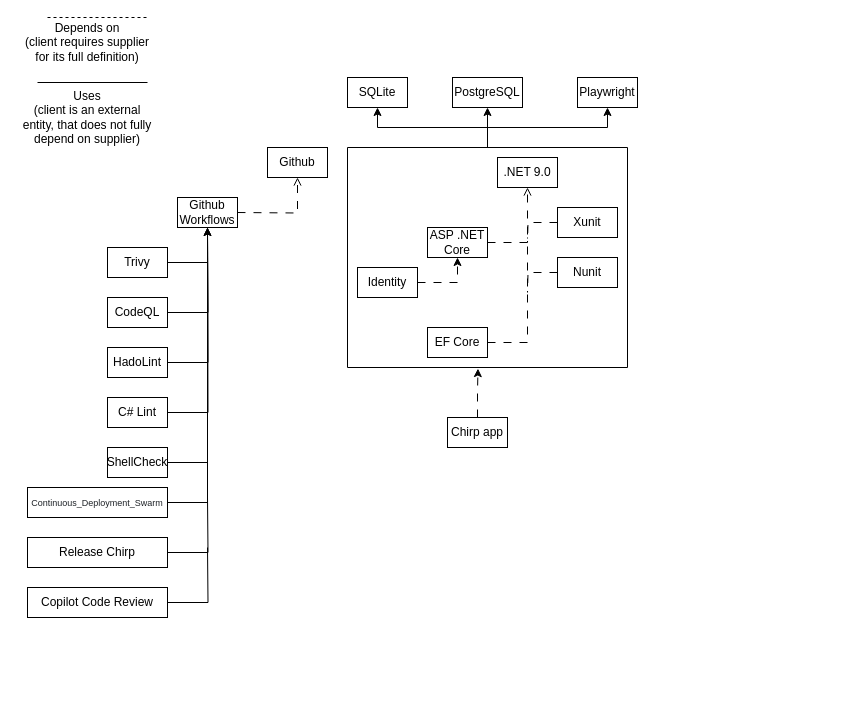
This is diagrams/dependency_diagram/MiniTwit_dependency_diagram.drawio from Joakim-David/GruppeOG, a draw.io file, before an edit. Source tidied: cells renumbered, new cells numbered last; positions are measured from the earlier drawing's top-left corner, leaving out a move shared by most shapes. Both pictures are drawn from the tidied source at 100%, with x=0, y=0 at pixel (17, 17).
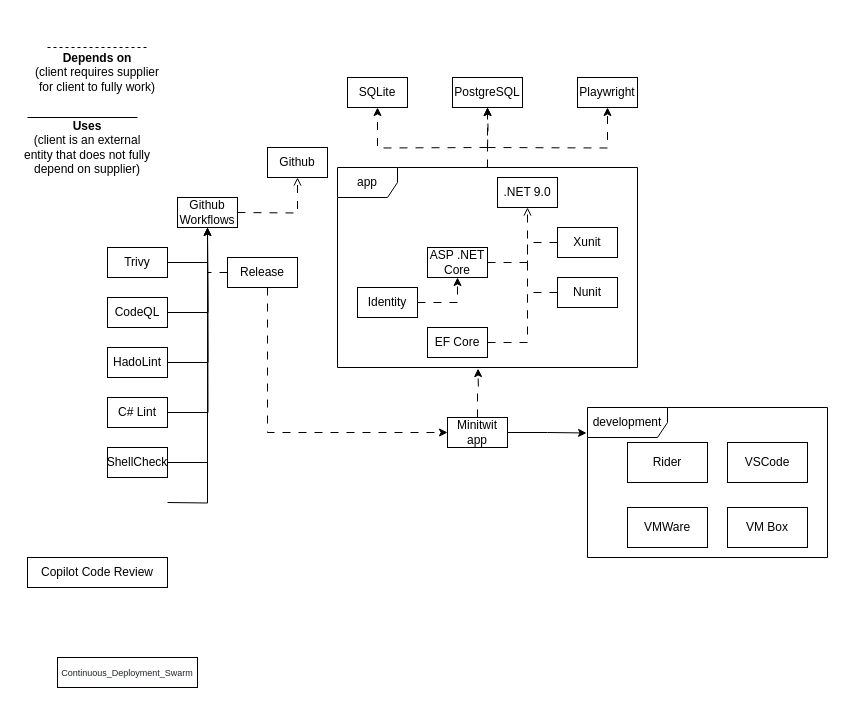
Above is the later version.

Commit message:
Add development section

Unchanged cells that the change refers to:
```xml
<mxCell id="4" value="Github Workflows" style="rounded=0;whiteSpace=wrap;html=1;" parent="1" vertex="1">
  <mxGeometry x="160" y="180" width="60" height="30" as="geometry" />
</mxCell>
<mxCell id="39" value="SQLite" style="rounded=0;whiteSpace=wrap;html=1;" parent="1" vertex="1">
  <mxGeometry x="330" y="60" width="60" height="30" as="geometry" />
</mxCell>
<mxCell id="40" value="Playwright" style="rounded=0;whiteSpace=wrap;html=1;" parent="1" vertex="1">
  <mxGeometry x="560" y="60" width="60" height="30" as="geometry" />
</mxCell>
<mxCell id="41" value="PostgreSQL" style="rounded=0;whiteSpace=wrap;html=1;" parent="1" vertex="1">
  <mxGeometry x="435" y="60" width="70" height="30" as="geometry" />
</mxCell>
```

Change to the diagram source:
```diff
@@
-    <mxCell id="15" style="edgeStyle=orthogonalEdgeStyle;rounded=0;jettySize=auto;html=1;endArrow=none;endFill=0;entryX=0.5;entryY=1;entryDx=0;entryDy=0;" parent="1" edge="1" source="16" target="4">
-      <mxGeometry relative="1" as="geometry" />
+    <mxCell id="15" style="edgeStyle=orthogonalEdgeStyle;rounded=0;jettySize=auto;html=1;endArrow=none;endFill=0;entryX=0.5;entryY=1;entryDx=0;entryDy=0;" parent="1" edge="1" target="4">
+      <mxGeometry relative="1" as="geometry">
+        <mxPoint x="150" y="485" as="sourcePoint" />
+      </mxGeometry>
     </mxCell>
-    <mxCell id="16" value="&lt;span style=&quot;color: rgb(31, 35, 40); text-align: start; background-color: rgb(255, 255, 255);&quot;&gt;&lt;font style=&quot;font-size: 9px;&quot; face=&quot;Helvetica&quot;&gt;Continuous_Deployment_Swarm&lt;/font&gt;&lt;/span&gt;" style="rounded=0;whiteSpace=wrap;html=1;" parent="1" vertex="1">
-      <mxGeometry x="10" y="470" width="140" height="30" as="geometry" />
-    </mxCell>
-    <mxCell id="17" style="edgeStyle=orthogonalEdgeStyle;rounded=0;jettySize=auto;html=1;endArrow=none;endFill=0;" parent="1" edge="1" source="18">
+    <mxCell id="17" style="edgeStyle=orthogonalEdgeStyle;rounded=0;jettySize=auto;html=1;endArrow=none;endFill=0;dashed=1;dashPattern=8 8;" parent="1" edge="1" source="18">
       <mxGeometry relative="1" as="geometry">
         <mxPoint x="190" y="480" as="targetPoint" />
       </mxGeometry>
     </mxCell>
+    <mxCell id="46" style="edgeStyle=orthogonalEdgeStyle;rounded=0;jettySize=auto;html=1;dashed=1;dashPattern=8 8;entryX=0;entryY=0.5;entryDx=0;entryDy=0;" parent="1" edge="1" source="18" target="42">
+      <mxGeometry relative="1" as="geometry">
+        <Array as="points">
+          <mxPoint x="250" y="415" />
+        </Array>
+      </mxGeometry>
+    </mxCell>
-    <mxCell id="18" value="&lt;font&gt;Release Chirp&lt;/font&gt;" style="rounded=0;whiteSpace=wrap;html=1;" parent="1" vertex="1">
-      <mxGeometry x="10" y="520" width="140" height="30" as="geometry" />
+    <mxCell id="18" value="&lt;font&gt;Release&lt;/font&gt;" style="rounded=0;whiteSpace=wrap;html=1;" parent="1" vertex="1">
+      <mxGeometry x="210" y="240" width="70" height="30" as="geometry" />
     </mxCell>
-    <mxCell id="19" style="edgeStyle=orthogonalEdgeStyle;rounded=0;jettySize=auto;html=1;entryX=0.5;entryY=1;entryDx=0;entryDy=0;" parent="1" edge="1" source="22" target="39">
-      <mxGeometry relative="1" as="geometry" />
+    <mxCell id="19" style="edgeStyle=orthogonalEdgeStyle;rounded=0;jettySize=auto;html=1;entryX=0.5;entryY=1;entryDx=0;entryDy=0;dashed=1;dashPattern=8 8;" parent="1" edge="1" target="39">
+      <mxGeometry relative="1" as="geometry">
+        <mxPoint x="470" y="130" as="sourcePoint" />
+      </mxGeometry>
     </mxCell>
-    <mxCell id="20" style="edgeStyle=orthogonalEdgeStyle;rounded=0;jettySize=auto;html=1;entryX=0.5;entryY=1;entryDx=0;entryDy=0;" parent="1" edge="1" source="22" target="41">
-      <mxGeometry relative="1" as="geometry" />
+    <mxCell id="20" style="edgeStyle=orthogonalEdgeStyle;rounded=0;jettySize=auto;html=1;entryX=0.5;entryY=1;entryDx=0;entryDy=0;dashed=1;dashPattern=8 8;" parent="1" edge="1" target="41">
+      <mxGeometry relative="1" as="geometry">
+        <mxPoint x="470" y="130" as="sourcePoint" />
+      </mxGeometry>
     </mxCell>
-    <mxCell id="21" style="edgeStyle=orthogonalEdgeStyle;rounded=0;jettySize=auto;html=1;exitX=0.5;exitY=0;exitDx=0;exitDy=0;" parent="1" edge="1" source="22" target="40">
-      <mxGeometry relative="1" as="geometry" />
+    <mxCell id="21" style="edgeStyle=orthogonalEdgeStyle;rounded=0;jettySize=auto;html=1;exitX=0.5;exitY=0;exitDx=0;exitDy=0;dashed=1;dashPattern=8 8;" parent="1" edge="1" target="40">
+      <mxGeometry relative="1" as="geometry">
+        <mxPoint x="470" y="130" as="sourcePoint" />
+      </mxGeometry>
     </mxCell>
-    <mxCell id="22" style="swimlane;startSize=0;" parent="1" vertex="1">
-      <mxGeometry x="330" y="130" width="280" height="220" as="geometry" />
-    </mxCell>
-    <mxCell id="23" style="edgeStyle=orthogonalEdgeStyle;rounded=0;jettySize=auto;html=1;entryX=0.5;entryY=1;entryDx=0;entryDy=0;dashed=1;dashPattern=8 8;" parent="22" edge="1" source="24" target="27">
-      <mxGeometry relative="1" as="geometry" />
-    </mxCell>
-    <mxCell id="24" value="Identity" style="rounded=0;whiteSpace=wrap;html=1;" parent="22" vertex="1">
-      <mxGeometry x="10" y="120" width="60" height="30" as="geometry" />
-    </mxCell>
-    <mxCell id="25" value=".NET 9.0" style="rounded=0;whiteSpace=wrap;html=1;" parent="22" vertex="1">
-      <mxGeometry x="150" y="10" width="60" height="30" as="geometry" />
-    </mxCell>
-    <mxCell id="26" style="edgeStyle=orthogonalEdgeStyle;rounded=0;jettySize=auto;html=1;dashed=1;dashPattern=8 8;endArrow=open;endFill=0;" parent="22" edge="1" source="27" target="25">
-      <mxGeometry relative="1" as="geometry" />
-    </mxCell>
-    <mxCell id="27" value="ASP .NET Core" style="rounded=0;whiteSpace=wrap;html=1;" parent="22" vertex="1">
-      <mxGeometry x="80" y="80" width="60" height="30" as="geometry" />
-    </mxCell>
-    <mxCell id="28" style="edgeStyle=orthogonalEdgeStyle;rounded=0;jettySize=auto;html=1;endArrow=none;endFill=0;dashed=1;dashPattern=8 8;" parent="22" edge="1" source="29">
-      <mxGeometry relative="1" as="geometry">
-        <mxPoint x="180" y="90" as="targetPoint" />
-        <Array as="points">
-          <mxPoint x="180" y="195" />
-          <mxPoint x="180" y="130" />
-        </Array>
-      </mxGeometry>
-    </mxCell>
-    <mxCell id="29" value="EF Core" style="rounded=0;whiteSpace=wrap;html=1;" parent="22" vertex="1">
-      <mxGeometry x="80" y="180" width="60" height="30" as="geometry" />
-    </mxCell>
-    <mxCell id="30" style="edgeStyle=orthogonalEdgeStyle;rounded=0;jettySize=auto;html=1;endArrow=none;endFill=0;dashed=1;dashPattern=8 8;" parent="22" edge="1" source="31">
-      <mxGeometry relative="1" as="geometry">
-        <mxPoint x="180" y="95" as="targetPoint" />
-      </mxGeometry>
-    </mxCell>
-    <mxCell id="31" value="Xunit" style="rounded=0;whiteSpace=wrap;html=1;" parent="22" vertex="1">
-      <mxGeometry x="210" y="60" width="60" height="30" as="geometry" />
-    </mxCell>
-    <mxCell id="32" style="edgeStyle=orthogonalEdgeStyle;rounded=0;jettySize=auto;html=1;endArrow=none;endFill=0;dashed=1;dashPattern=8 8;" parent="22" edge="1" source="33">
-      <mxGeometry relative="1" as="geometry">
-        <mxPoint x="180" y="145" as="targetPoint" />
-      </mxGeometry>
-    </mxCell>
-    <mxCell id="33" value="Nunit" style="rounded=0;whiteSpace=wrap;html=1;" parent="22" vertex="1">
-      <mxGeometry x="210" y="110" width="60" height="30" as="geometry" />
-    </mxCell>
-    <mxCell id="34" style="edgeStyle=orthogonalEdgeStyle;rounded=0;jettySize=auto;html=1;endArrow=none;endFill=0;" parent="1" edge="1" source="35">
-      <mxGeometry relative="1" as="geometry">
-        <mxPoint x="190" y="530" as="targetPoint" />
-      </mxGeometry>
-    </mxCell>
     <mxCell id="35" value="Copilot Code Review" style="rounded=0;whiteSpace=wrap;html=1;" parent="1" vertex="1">
-      <mxGeometry x="10" y="570" width="140" height="30" as="geometry" />
+      <mxGeometry x="10" y="540" width="140" height="30" as="geometry" />
     </mxCell>
     <mxCell id="36" style="endArrow=none;dashed=1;html=1;rounded=0;" parent="1" edge="1">
       <mxGeometry relative="1" as="geometry">
-        <mxPoint x="80" as="sourcePoint" />
-        <mxPoint x="80" as="targetPoint" />
+        <mxPoint x="80" y="30" as="sourcePoint" />
+        <mxPoint x="80" y="30" as="targetPoint" />
       </mxGeometry>
     </mxCell>
     <mxCell id="37" style="endArrow=none;html=1;rounded=0;" parent="1" edge="1">
       <mxGeometry relative="1" as="geometry">
-        <mxPoint x="20" y="65" as="sourcePoint" />
-        <mxPoint x="130" y="65" as="targetPoint" />
+        <mxPoint x="10" y="100" as="sourcePoint" />
+        <mxPoint x="120" y="100" as="targetPoint" />
       </mxGeometry>
     </mxCell>
     <mxCell id="38" style="endArrow=none;dashed=1;html=1;rounded=0;" parent="1" edge="1">
       <mxGeometry relative="1" as="geometry">
-        <mxPoint x="30" as="sourcePoint" />
-        <mxPoint x="130" as="targetPoint" />
+        <mxPoint x="30" y="30" as="sourcePoint" />
+        <mxPoint x="130" y="30" as="targetPoint" />
       </mxGeometry>
     </mxCell>
@@
-    <mxCell id="42" value="Chirp app" style="rounded=0;whiteSpace=wrap;html=1;" parent="1" vertex="1">
+    <mxCell id="42" value="Minitwit app" style="rounded=0;whiteSpace=wrap;html=1;" parent="1" vertex="1">
       <mxGeometry x="430" y="400" width="60" height="30" as="geometry" />
     </mxCell>
-    <mxCell id="43" style="edgeStyle=orthogonalEdgeStyle;rounded=0;jettySize=auto;html=1;entryX=0.466;entryY=1.005;entryDx=0;entryDy=0;entryPerimeter=0;dashed=1;dashPattern=8 8;" parent="1" edge="1" source="42" target="22">
-      <mxGeometry relative="1" as="geometry" />
+    <mxCell id="43" style="edgeStyle=orthogonalEdgeStyle;rounded=0;jettySize=auto;html=1;entryX=0.466;entryY=1.005;entryDx=0;entryDy=0;entryPerimeter=0;dashed=1;dashPattern=8 8;" parent="1" edge="1" source="42">
+      <mxGeometry relative="1" as="geometry">
+        <mxPoint x="460.5" y="351.1" as="targetPoint" />
+      </mxGeometry>
     </mxCell>
-    <mxCell id="44" value="Depends on&lt;br&gt;&lt;div&gt;(client requires supplier for its full definition)&lt;/div&gt;" style="text;html=1;whiteSpace=wrap;strokeColor=none;fillColor=none;align=center;verticalAlign=middle;rounded=0;" parent="1" vertex="1">
-      <mxGeometry x="5" y="20" width="130" height="10" as="geometry" />
+    <mxCell id="44" value="&lt;b&gt;Depends on&lt;br&gt;&lt;/b&gt;&lt;div&gt;(client requires supplier for client to fully work)&lt;/div&gt;" style="text;html=1;whiteSpace=wrap;strokeColor=none;fillColor=none;align=center;verticalAlign=middle;rounded=0;" parent="1" vertex="1">
+      <mxGeometry x="15" y="50" width="130" height="10" as="geometry" />
     </mxCell>
-    <mxCell id="45" value="Uses&lt;div&gt;(client is an external entity, that does not fully depend on supplier)&lt;/div&gt;" style="text;html=1;whiteSpace=wrap;strokeColor=none;fillColor=none;align=center;verticalAlign=middle;rounded=0;" parent="1" vertex="1">
-      <mxGeometry y="90" width="140" height="20" as="geometry" />
+    <mxCell id="45" value="&lt;b&gt;Uses&lt;/b&gt;&lt;div&gt;(client is an external entity that does not fully depend on supplier)&lt;/div&gt;" style="text;html=1;whiteSpace=wrap;strokeColor=none;fillColor=none;align=center;verticalAlign=middle;rounded=0;" parent="1" vertex="1">
+      <mxGeometry y="120" width="140" height="20" as="geometry" />
     </mxCell>
+    <mxCell id="16" value="&lt;span style=&quot;color: rgb(31, 35, 40); text-align: start; background-color: rgb(255, 255, 255);&quot;&gt;&lt;font style=&quot;font-size: 9px;&quot; face=&quot;Helvetica&quot;&gt;Continuous_Deployment_Swarm&lt;/font&gt;&lt;/span&gt;" style="rounded=0;whiteSpace=wrap;html=1;" parent="1" vertex="1">
+      <mxGeometry x="40" y="640" width="140" height="30" as="geometry" />
+    </mxCell>
+    <mxCell id="47" style="edgeStyle=orthogonalEdgeStyle;rounded=0;jettySize=auto;html=1;dashed=1;dashPattern=8 8;" parent="1" edge="1" source="48" target="41">
+      <mxGeometry relative="1" as="geometry" />
+    </mxCell>
+    <mxCell id="48" value="app" style="shape=umlFrame;whiteSpace=wrap;html=1;" parent="1" vertex="1">
+      <mxGeometry x="320" y="150" width="300" height="200" as="geometry" />
+    </mxCell>
+    <mxCell id="23" style="edgeStyle=orthogonalEdgeStyle;rounded=0;jettySize=auto;html=1;entryX=0.5;entryY=1;entryDx=0;entryDy=0;dashed=1;dashPattern=8 8;" parent="1" edge="1" source="24" target="27">
+      <mxGeometry relative="1" as="geometry" />
+    </mxCell>
+    <mxCell id="24" value="Identity" style="rounded=0;whiteSpace=wrap;html=1;" parent="1" vertex="1">
+      <mxGeometry x="340" y="270" width="60" height="30" as="geometry" />
+    </mxCell>
+    <mxCell id="25" value=".NET 9.0" style="rounded=0;whiteSpace=wrap;html=1;" parent="1" vertex="1">
+      <mxGeometry x="480" y="160" width="60" height="30" as="geometry" />
+    </mxCell>
+    <mxCell id="26" style="edgeStyle=orthogonalEdgeStyle;rounded=0;jettySize=auto;html=1;dashed=1;dashPattern=8 8;endArrow=open;endFill=0;" parent="1" edge="1" source="27" target="25">
+      <mxGeometry relative="1" as="geometry" />
+    </mxCell>
+    <mxCell id="27" value="ASP .NET Core" style="rounded=0;whiteSpace=wrap;html=1;" parent="1" vertex="1">
+      <mxGeometry x="410" y="230" width="60" height="30" as="geometry" />
+    </mxCell>
+    <mxCell id="49" style="edgeStyle=orthogonalEdgeStyle;rounded=0;orthogonalLoop=1;jettySize=auto;html=1;endArrow=none;endFill=0;dashed=1;dashPattern=8 8;" parent="1" edge="1">
+      <mxGeometry relative="1" as="geometry">
+        <mxPoint x="470" y="325" as="sourcePoint" />
+        <mxPoint x="510" y="240" as="targetPoint" />
+        <Array as="points">
+          <mxPoint x="510" y="325" />
+        </Array>
+      </mxGeometry>
+    </mxCell>
+    <mxCell id="29" value="EF Core" style="rounded=0;whiteSpace=wrap;html=1;" parent="1" vertex="1">
+      <mxGeometry x="410" y="310" width="60" height="30" as="geometry" />
+    </mxCell>
+    <mxCell id="50" style="edgeStyle=orthogonalEdgeStyle;rounded=0;orthogonalLoop=1;jettySize=auto;html=1;endArrow=none;endFill=0;dashed=1;dashPattern=8 8;" parent="1" edge="1">
+      <mxGeometry relative="1" as="geometry">
+        <mxPoint x="540" y="225" as="sourcePoint" />
+        <mxPoint x="510" y="245" as="targetPoint" />
+      </mxGeometry>
+    </mxCell>
+    <mxCell id="51" style="edgeStyle=orthogonalEdgeStyle;rounded=0;orthogonalLoop=1;jettySize=auto;html=1;endArrow=none;endFill=0;dashed=1;dashPattern=8 8;" parent="1" edge="1">
+      <mxGeometry relative="1" as="geometry">
+        <mxPoint x="540" y="275" as="sourcePoint" />
+        <mxPoint x="510" y="295" as="targetPoint" />
+      </mxGeometry>
+    </mxCell>
+    <mxCell id="31" value="Xunit" style="rounded=0;whiteSpace=wrap;html=1;" parent="1" vertex="1">
+      <mxGeometry x="540" y="210" width="60" height="30" as="geometry" />
+    </mxCell>
+    <mxCell id="33" value="Nunit" style="rounded=0;whiteSpace=wrap;html=1;" parent="1" vertex="1">
+      <mxGeometry x="540" y="260" width="60" height="30" as="geometry" />
+    </mxCell>
+    <mxCell id="52" value="development" style="shape=umlFrame;whiteSpace=wrap;html=1;width=80;height=30;" parent="1" vertex="1">
+      <mxGeometry x="570" y="390" width="240" height="150" as="geometry" />
+    </mxCell>
+    <mxCell id="53" value="Rider" style="html=1;whiteSpace=wrap;" parent="1" vertex="1">
+      <mxGeometry x="610" y="425" width="80" height="40" as="geometry" />
+    </mxCell>
+    <mxCell id="54" value="VSCode" style="html=1;whiteSpace=wrap;" parent="1" vertex="1">
+      <mxGeometry x="710" y="425" width="80" height="40" as="geometry" />
+    </mxCell>
+    <mxCell id="55" value="VM Box" style="html=1;whiteSpace=wrap;" parent="1" vertex="1">
+      <mxGeometry x="710" y="490" width="80" height="40" as="geometry" />
+    </mxCell>
+    <mxCell id="56" value="VMWare" style="html=1;whiteSpace=wrap;" parent="1" vertex="1">
+      <mxGeometry x="610" y="490" width="80" height="40" as="geometry" />
+    </mxCell>
+    <mxCell id="57" style="edgeStyle=orthogonalEdgeStyle;rounded=0;jettySize=auto;html=1;entryX=-0.004;entryY=0.17;entryDx=0;entryDy=0;entryPerimeter=0;" parent="1" edge="1" source="42" target="52">
+      <mxGeometry relative="1" as="geometry" />
+    </mxCell>
```
